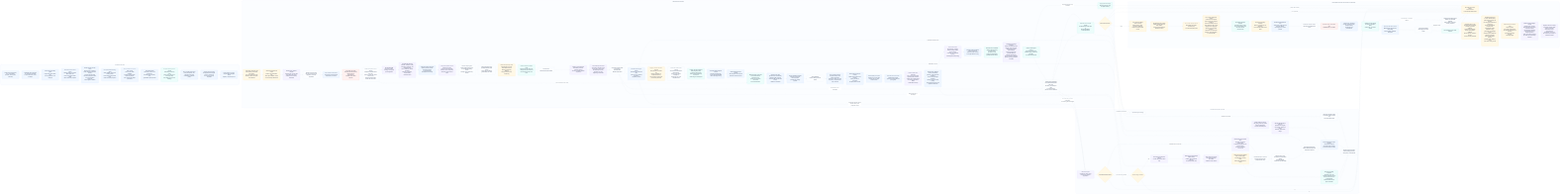
The Mermaid diagram odylith/atlas/source/domain-intelligence-greenfield-governance.png in odylith/odylith, before a commit. Its source is kept beside it as odylith/atlas/source/domain-intelligence-greenfield-governance.mmd.
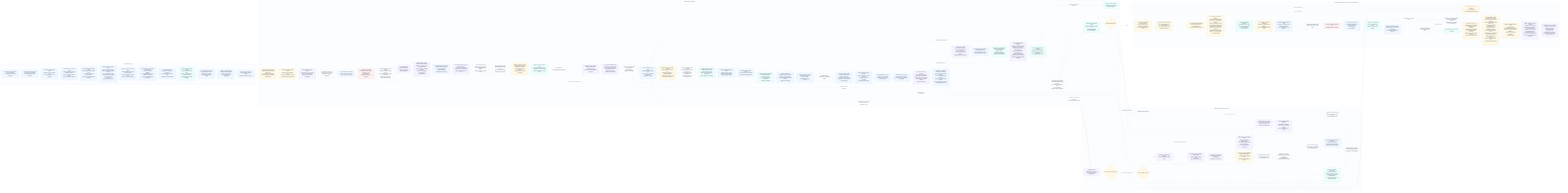
After the commit.

Change to the diagram source:
```diff
@@ -5,6 +5,7 @@
       confirmable_stdout["Candidate intent projection<br/>no command committed,<br/>no host instructions or CLI envelope"]
       source_guard["Intent source boundary guard<br/>Original user intent block only,<br/>no host guidance or CLI envelope"]
       intent_section_parser["Confirmed-intent section parser<br/>heading sections and inline label-value rows<br/>become structured intent fields<br/>before semantic projection"]
+      prose_boundary_guard["Confirmed prose-boundary guard<br/>long sentence body remains body<br/>even when it names a canonical field;<br/>only explicit headings open sections"]
       prompt_recovery["Prompt-source recovery owner<br/>direct product containers,<br/>helper-relative actor/action clauses,<br/>actor-led gerund paths,<br/>semicolon purpose context,<br/>source punctuation preserved<br/>before generic fallback"]
       editorial_framing_guard["First-path editorial framing guard<br/>inline smallest-version and whole-product<br/>meta clauses leave product facts<br/>before first-path projection"]
       source_claim_custody["Source evidence and claim-span custody<br/>source units remain auditable;<br/>accepted product-claim spans stay distinct;<br/>every material fact keeps provenance"]
@@ -110,7 +111,7 @@
       registry_forensics_custody["Registry forensics custody<br/>component sidecars keep generic summaries,<br/>workstream scope, component IDs,<br/>and artifact counts only<br/>raw scenario prose stays in evidence surfaces"]
     end
 
-    visible_intent --> confirmable_stdout --> source_guard --> intent_section_parser --> prompt_recovery --> editorial_framing_guard --> source_claim_custody --> confirmed_ir --> accepted_path_projection --> non_goal_owner --> sparse_systems --> public_system_copy
+    visible_intent --> confirmable_stdout --> source_guard --> intent_section_parser --> prose_boundary_guard --> prompt_recovery --> editorial_framing_guard --> source_claim_custody --> confirmed_ir --> accepted_path_projection --> non_goal_owner --> sparse_systems --> public_system_copy
     public_system_copy --> apply_input --> intent_visible_result --> compiler --> actor_role_owner --> artifact_actor_filter --> actor_path_role --> shared_event_resolver --> semantic_ir --> evaluation_semantics --> external_boundary --> sequence_owner --> subject_carry_guard --> result_language --> visible_result_priority --> prose_shape_guard --> artifact_plan --> release_scope --> canonical_facts --> projection_contract --> semantic_patch_targets --> registry_contract_custody --> semantic_result_custody --> projections --> confirmed_diagram_projection --> atlas_label_custody --> state_boundary_titles --> next_steps --> project_dashboard --> draft_set
     shared_event_resolver -. "same resolved human event" .-> state_boundary_titles
     draft_set --> source_casing_custody --> control_plane_homonyms --> artifact_units --> mermaid_source_units --> visible_actor_projection --> validators --> expert_lenses --> persisted_readback --> governed_readback --> evidence_readback --> typed_findings --> source_addresses --> projection_targets --> final_manifest
@@ -147,7 +148,7 @@
     classDef standard fill:#F8FAFC,stroke:#CBD5E1,color:#132033,stroke-width:1.2px;
     classDef rescue fill:#FFF7ED,stroke:#FDBA74,color:#132033,stroke-width:1.2px;
     classDef write fill:#F0FDF4,stroke:#86EFAC,color:#132033,stroke-width:1.2px;
-    class visible_intent,confirmable_stdout,source_guard,intent_section_parser,prompt_recovery,editorial_framing_guard,source_claim_custody,confirmed_ir,non_goal_owner,sparse_systems,public_system_copy intent;
+    class visible_intent,confirmable_stdout,source_guard,intent_section_parser,prose_boundary_guard,prompt_recovery,editorial_framing_guard,source_claim_custody,confirmed_ir,non_goal_owner,sparse_systems,public_system_copy intent;
     class apply_input,intent_visible_result,compiler,semantic_ir,evaluation_semantics,actor_role_owner,artifact_actor_filter,actor_path_role,shared_event_resolver,external_boundary,sequence_owner,subject_carry_guard,result_language,visible_result_priority,prose_shape_guard,artifact_plan,release_scope,canonical_facts,projection_contract,semantic_patch_targets,registry_contract_custody,semantic_result_custody,projections,confirmed_diagram_projection,atlas_label_custody,state_boundary_titles,next_steps,project_dashboard,draft_set,source_casing_custody,control_plane_homonyms,artifact_units,mermaid_source_units,visible_actor_projection,validators,expert_lenses,persisted_readback,governed_readback,evidence_readback,typed_findings,source_addresses,projection_targets,legacy_blockers,final_manifest standard;
     class repairable,patchset,executable_target,deterministic_source_patch,rescue_budget,tribunal_planner,provider_adapter,strict_schema,custody_check,repair_manifest,semantic_apply,plan_apply,semantic_mirror_sync,scope_ledger,dashboard_rerender,projection_rerender,package_inspection,rerender rescue;
     class surface_custody,portable_catalog_links,transaction_quality,acceptance_identity,compiled_memory_previews,report_envelope,transaction_seal,compiler_receipt,transaction_ready,commit_verify,writes,atomic_cleanup,readback,rollback,blockers,proof_log,matrix_scorer,release_matrix,natural_rescue_proof,selected_case_leakage,registry_forensics_custody write;
```
